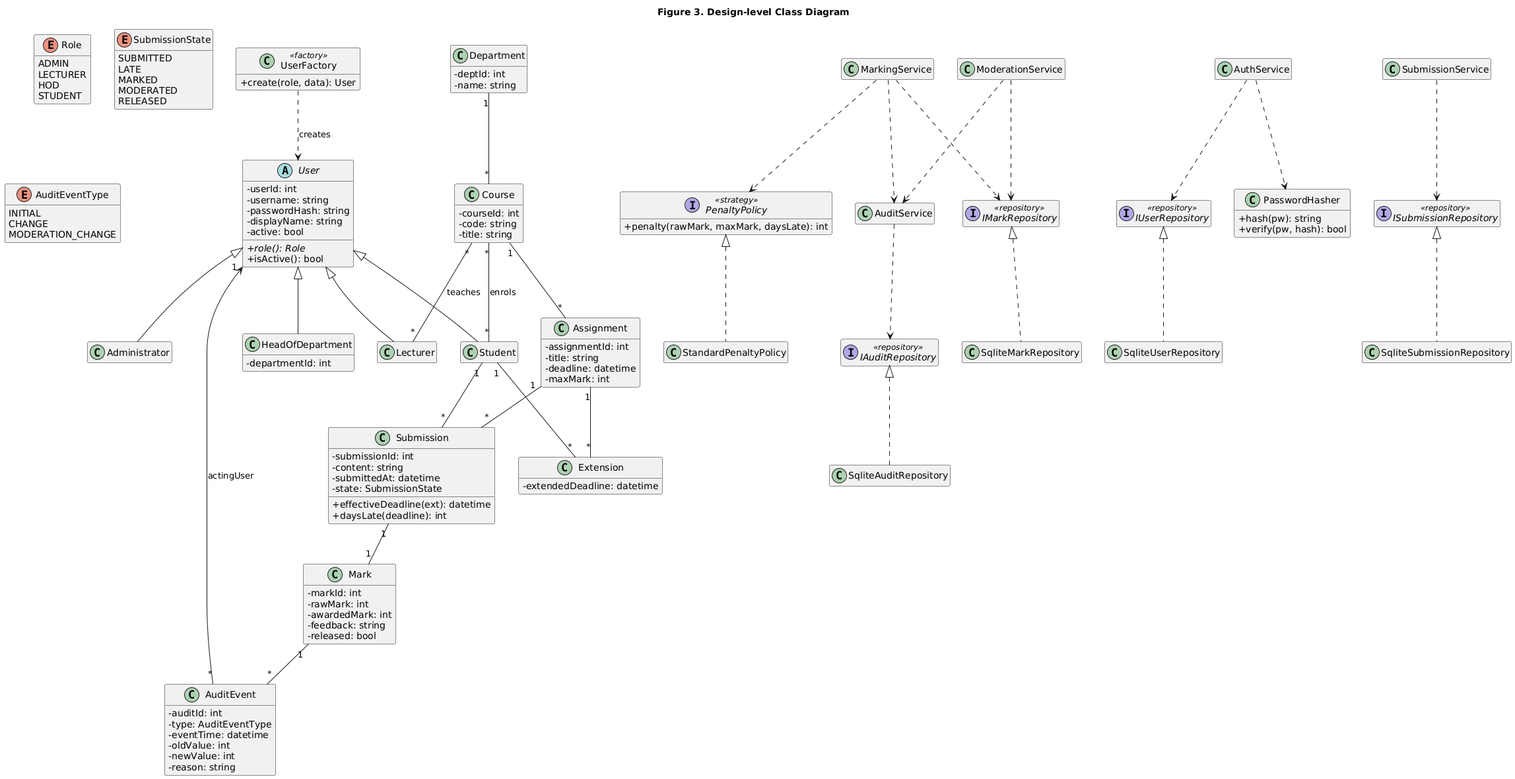
Before: assets/diagrams/class_diagram.png, a diagram exported from PlantUML (mwelipama/cs4433-moderated-lms). Source of this version:
```plantuml
@startuml
title Figure 3. Design-level Class Diagram
skinparam classAttributeIconSize 0
skinparam shadowing false
hide empty members

enum Role {
  ADMIN
  LECTURER
  HOD
  STUDENT
}
enum SubmissionState {
  SUBMITTED
  LATE
  MARKED
  MODERATED
  RELEASED
}
enum AuditEventType {
  INITIAL
  CHANGE
  MODERATION_CHANGE
}

abstract class User {
  -userId: int
  -username: string
  -passwordHash: string
  -displayName: string
  -active: bool
  +{abstract} role(): Role
  +isActive(): bool
}
class Administrator
class Lecturer
class HeadOfDepartment {
  -departmentId: int
}
class Student
User <|-- Administrator
User <|-- Lecturer
User <|-- HeadOfDepartment
User <|-- Student

class Department {
  -deptId: int
  -name: string
}
class Course {
  -courseId: int
  -code: string
  -title: string
}
class Assignment {
  -assignmentId: int
  -title: string
  -deadline: datetime
  -maxMark: int
}
class Extension {
  -extendedDeadline: datetime
}
class Submission {
  -submissionId: int
  -content: string
  -submittedAt: datetime
  -state: SubmissionState
  +effectiveDeadline(ext): datetime
  +daysLate(deadline): int
}
class Mark {
  -markId: int
  -rawMark: int
  -awardedMark: int
  -feedback: string
  -released: bool
}
class AuditEvent {
  -auditId: int
  -type: AuditEventType
  -eventTime: datetime
  -oldValue: int
  -newValue: int
  -reason: string
}

Department "1" -- "*" Course
Course "1" -- "*" Assignment
Course "*" -- "*" Lecturer : teaches
Course "*" -- "*" Student : enrols
Assignment "1" -- "*" Submission
Student "1" -- "*" Submission
Assignment "1" -- "*" Extension
Student "1" -- "*" Extension
Submission "1" -- "1" Mark
Mark "1" -- "*" AuditEvent
AuditEvent "*" --> "1" User : actingUser

interface PenaltyPolicy <<strategy>> {
  +penalty(rawMark, maxMark, daysLate): int
}
class StandardPenaltyPolicy
PenaltyPolicy <|.. StandardPenaltyPolicy

interface IUserRepository <<repository>>
interface ISubmissionRepository <<repository>>
interface IMarkRepository <<repository>>
interface IAuditRepository <<repository>>
class SqliteUserRepository
class SqliteSubmissionRepository
class SqliteMarkRepository
class SqliteAuditRepository
IUserRepository <|.. SqliteUserRepository
ISubmissionRepository <|.. SqliteSubmissionRepository
IMarkRepository <|.. SqliteMarkRepository
IAuditRepository <|.. SqliteAuditRepository

class UserFactory <<factory>> {
  +create(role, data): User
}
UserFactory ..> User : creates

class AuthService
class SubmissionService
class MarkingService
class ModerationService
class AuditService
class PasswordHasher {
  +hash(pw): string
  +verify(pw, hash): bool
}

AuthService ..> IUserRepository
AuthService ..> PasswordHasher
SubmissionService ..> ISubmissionRepository
MarkingService ..> IMarkRepository
MarkingService ..> PenaltyPolicy
MarkingService ..> AuditService
ModerationService ..> IMarkRepository
ModerationService ..> AuditService
AuditService ..> IAuditRepository
@enduml
```
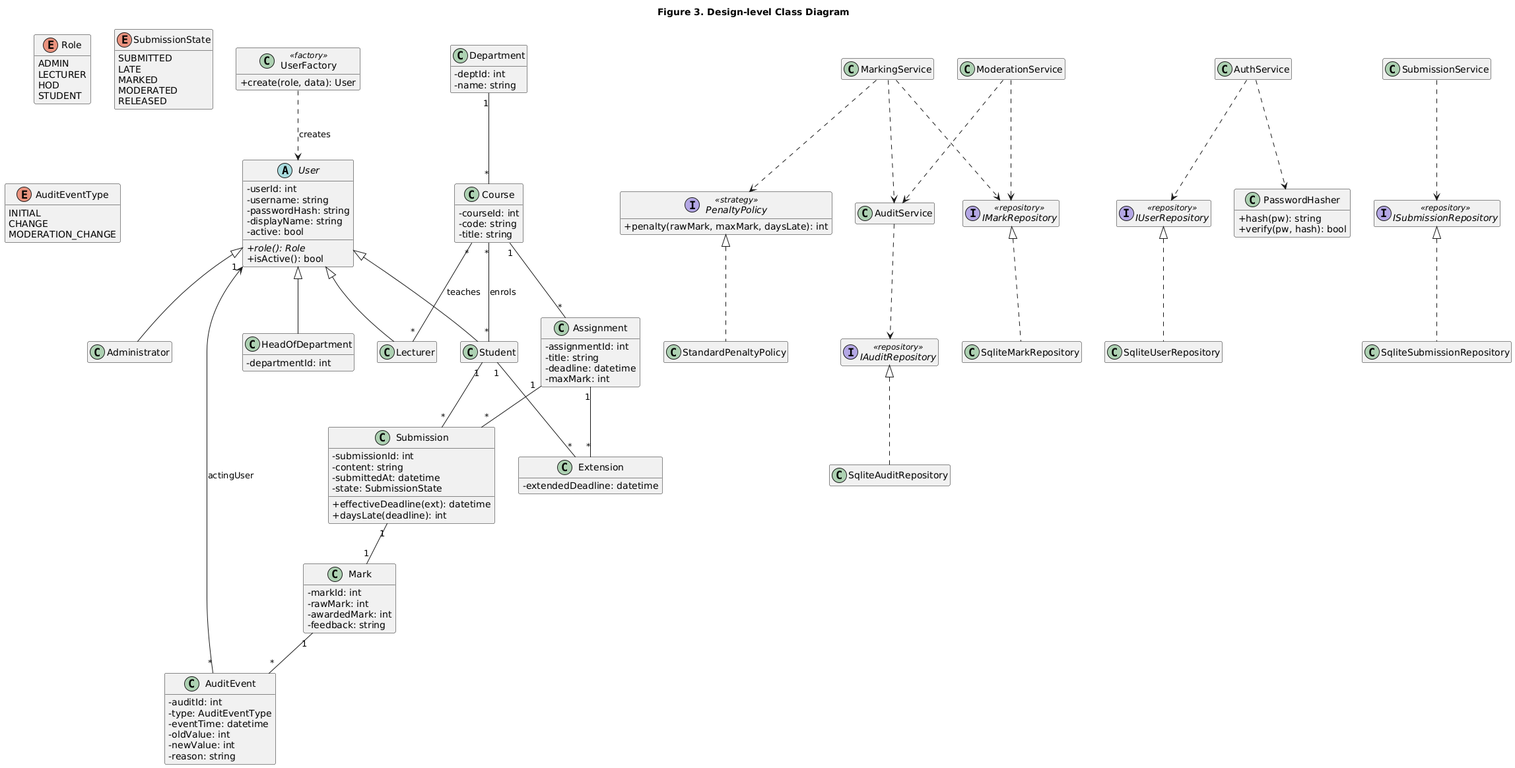
Above is the later version.

The edit, as a diff of the source:
```diff
@@ -74,7 +74,6 @@
   -rawMark: int
   -awardedMark: int
   -feedback: string
-  -released: bool
 }
 class AuditEvent {
   -auditId: int
```
